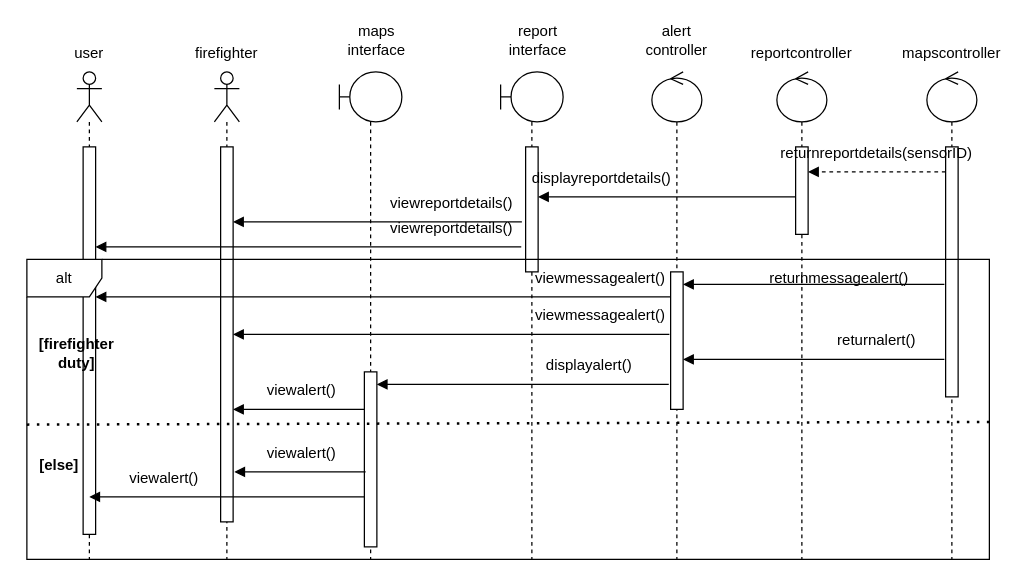
SNFASA/AI-Fire-Monitoring-System keeps this draw.io diagram as page "alert SD" (19 of 21) of doc/PSM.drawio. Above is the earlier version. Source tidied: cells renumbered, new cells numbered last; positions are measured from the earlier drawing's top-left corner, leaving out a move shared by most shapes. Both pictures are drawn from the tidied source at 125%, with x=0, y=0 at pixel (21, 21).
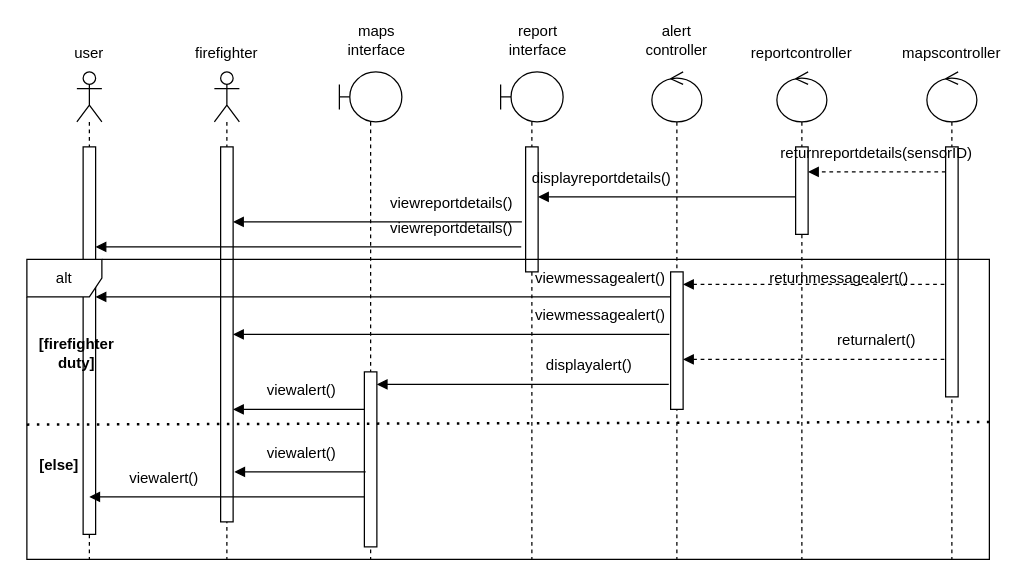
Above is the later version.

What changed in the source:
```diff
@@
-    <mxCell id="27" style="html=1;verticalAlign=bottom;labelBackgroundColor=none;endArrow=block;endFill=1;rounded=0;exitX=0;exitY=0;exitDx=0;exitDy=5;exitPerimeter=0;" parent="1" edge="1">
+    <mxCell id="27" style="html=1;verticalAlign=bottom;labelBackgroundColor=none;endArrow=block;endFill=1;rounded=0;exitX=0;exitY=0;exitDx=0;exitDy=5;exitPerimeter=0;dashed=1;" parent="1" edge="1">
       <mxGeometry relative="1" as="geometry">
         <mxPoint x="738" y="210" as="sourcePoint" />
         <mxPoint x="529" y="210" as="targetPoint" />
       </mxGeometry>
     </mxCell>
@@
-    <mxCell id="30" style="html=1;verticalAlign=bottom;labelBackgroundColor=none;endArrow=block;endFill=1;rounded=0;exitX=0;exitY=0;exitDx=0;exitDy=5;exitPerimeter=0;" parent="1" edge="1">
+    <mxCell id="30" style="html=1;verticalAlign=bottom;labelBackgroundColor=none;endArrow=block;endFill=1;rounded=0;exitX=0;exitY=0;exitDx=0;exitDy=5;exitPerimeter=0;dashed=1;" parent="1" edge="1">
       <mxGeometry relative="1" as="geometry">
         <mxPoint x="738" y="270" as="sourcePoint" />
         <mxPoint x="529" y="270" as="targetPoint" />
       </mxGeometry>
     </mxCell>
```
